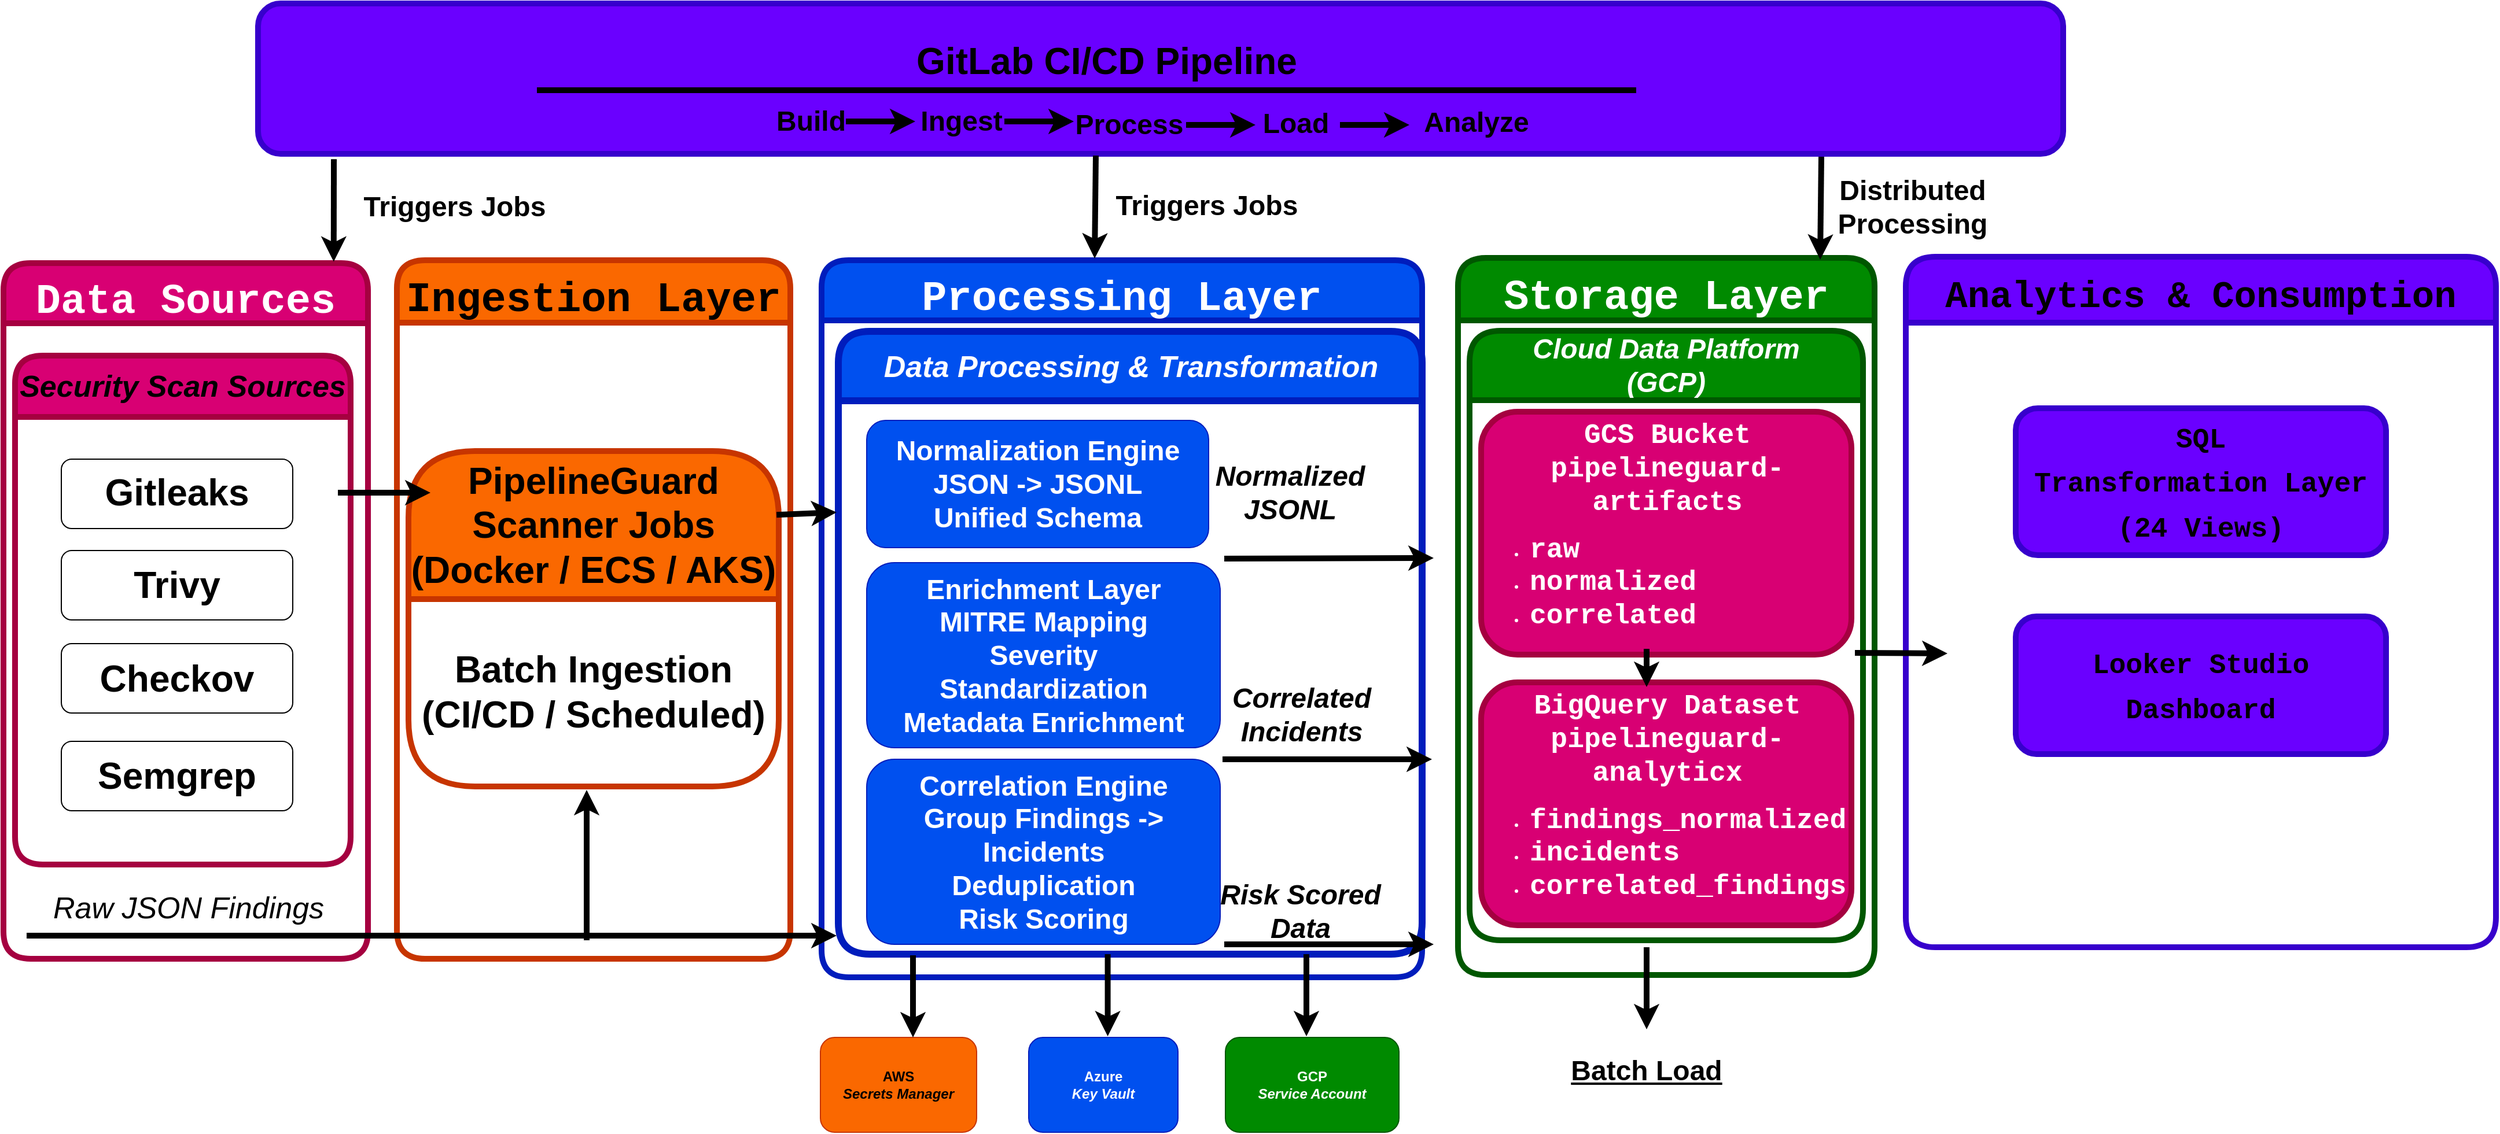
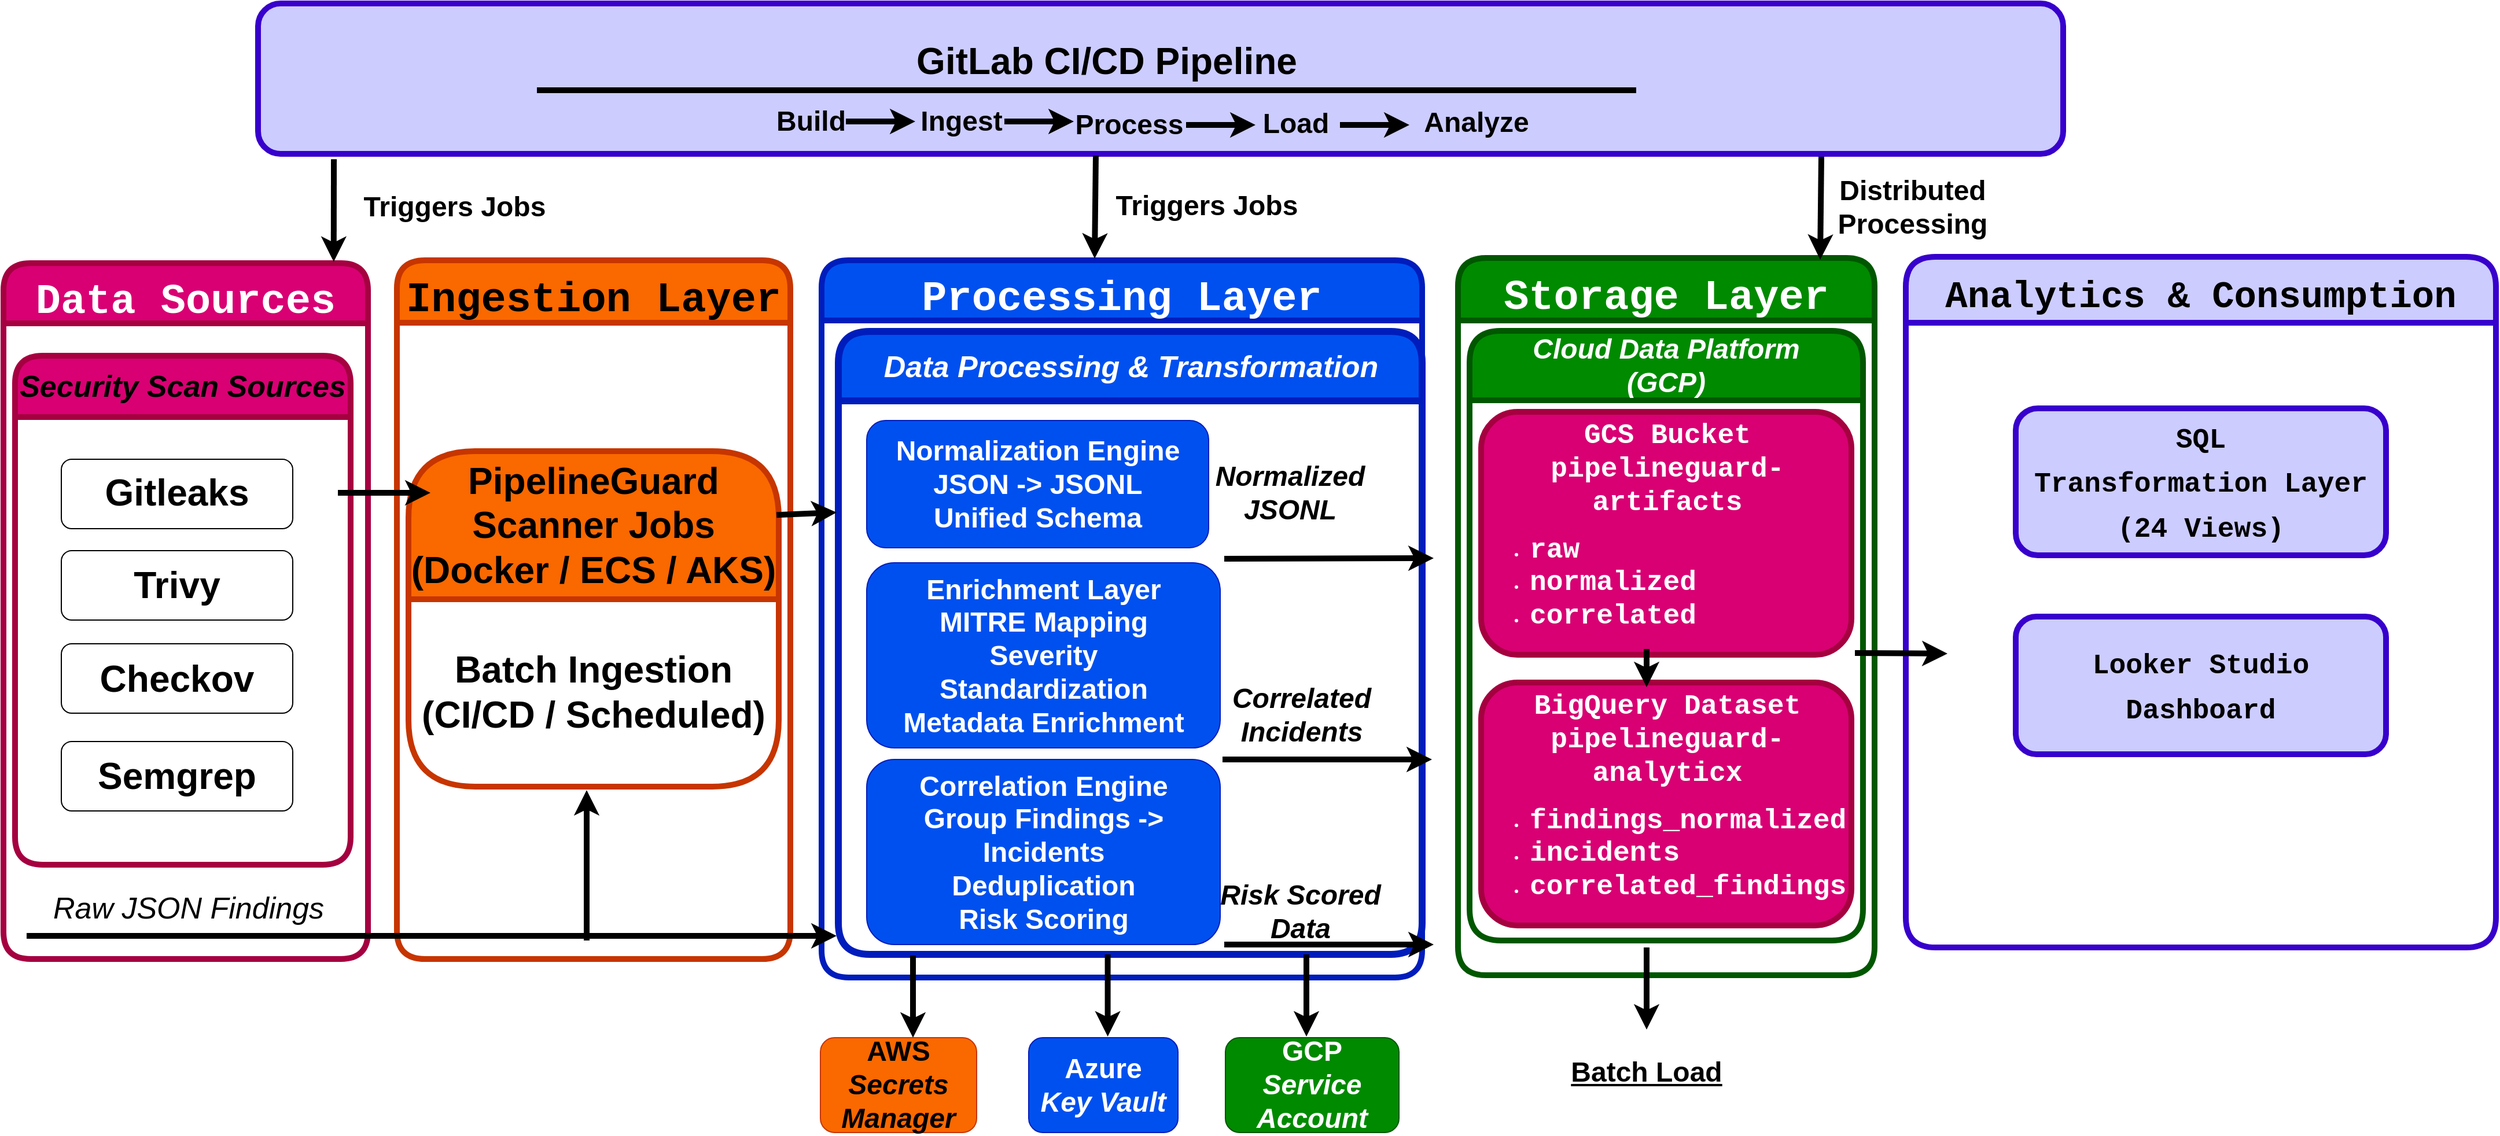
<mxfile host="app.diagrams.net">
  <diagram name="Page-1" id="wnvbU-IIBA4X3ERRIzDW">
-     <mxGraphModel dx="2969" dy="976" grid="0" gridSize="10" guides="1" tooltips="1" connect="1" arrows="1" fold="1" page="0" pageScale="1" pageWidth="1100" pageHeight="850" background="none" math="0" shadow="0">
+     <mxGraphModel dx="2712" dy="798" grid="0" gridSize="10" guides="1" tooltips="1" connect="1" arrows="1" fold="1" page="0" pageScale="1" pageWidth="1100" pageHeight="850" background="none" math="0" shadow="0">
      <root>
        <mxCell id="3hbKWXpWb3xlno1mbGmc-0" />
        <mxCell id="3hbKWXpWb3xlno1mbGmc-1" parent="3hbKWXpWb3xlno1mbGmc-0" />
-         <mxCell id="ZwPo4dMBsSLs8uQqx6gn-26" parent="3hbKWXpWb3xlno1mbGmc-1" style="rounded=1;whiteSpace=wrap;html=1;fillColor=light-dark(#6A00FF,#9933FF);fontColor=default;strokeColor=#3700CC;align=center;verticalAlign=middle;fontFamily=Courier New;fontSize=32;fontStyle=1;strokeWidth=5;" value="" vertex="1">
+         <mxCell id="ZwPo4dMBsSLs8uQqx6gn-26" parent="3hbKWXpWb3xlno1mbGmc-1" style="rounded=1;whiteSpace=wrap;html=1;fillColor=light-dark(#CCCCFF,#9933FF);fontColor=default;strokeColor=#3700CC;align=center;verticalAlign=middle;fontFamily=Courier New;fontSize=32;fontStyle=1;strokeWidth=5;" value="" vertex="1">
          <mxGeometry height="130" width="1560" x="-30" y="1169" as="geometry" />
        </mxCell>
        <mxCell id="MmhoqoZHI4b3_u_L-0jk-2" parent="3hbKWXpWb3xlno1mbGmc-1" style="swimlane;fontSize=36;startSize=52;fontFamily=Courier New;fillColor=light-dark(#D80073,#FF6666);fontColor=light-dark(#FFFFFF,#FFFFFF);strokeColor=light-dark(#A50040, #bf4040);gradientColor=none;strokeWidth=5;rounded=1;strokeOpacity=100;glass=0;swimlaneLine=1;swimlaneFillColor=light-dark(#FFFFFF,#FFDBF7);" value="Data Sources" vertex="1">
          <mxGeometry height="601.5" width="315" x="-250" y="1393.5" as="geometry" />
        </mxCell>
        <mxCell id="ZwPo4dMBsSLs8uQqx6gn-16" parent="MmhoqoZHI4b3_u_L-0jk-2" style="swimlane;whiteSpace=wrap;html=1;startSize=53;fillColor=light-dark(#D80073,#FF6666);fontColor=#ffffff;strokeColor=light-dark(#A50040, #bf4040);strokeWidth=5;rounded=1;" value="&lt;b&gt;&lt;i style=&quot;color: light-dark(rgb(0, 0, 0), rgb(255, 255, 255));&quot;&gt;&lt;font style=&quot;font-size: 26px;&quot;&gt;Security Scan Sources&lt;/font&gt;&lt;/i&gt;&lt;/b&gt;" vertex="1">
          <mxGeometry height="440" width="290" x="10" y="80" as="geometry" />
        </mxCell>
        <mxCell id="MmhoqoZHI4b3_u_L-0jk-24" parent="ZwPo4dMBsSLs8uQqx6gn-16" style="rounded=1;whiteSpace=wrap;html=1;fillColor=light-dark(#FFFFFF,#FF6666);fontStyle=1" value="&lt;div style=&quot;line-height: 60%;&quot;&gt;&lt;font style=&quot;line-height: 60%; font-size: 32px;&quot;&gt;Gitleaks&lt;/font&gt;&lt;/div&gt;" vertex="1">
          <mxGeometry height="60" width="200" x="40" y="89.5" as="geometry" />
        </mxCell>
        <mxCell id="MmhoqoZHI4b3_u_L-0jk-25" parent="ZwPo4dMBsSLs8uQqx6gn-16" style="rounded=1;whiteSpace=wrap;html=1;fontStyle=1;fillColor=light-dark(#FFFFFF,#FF6666);" value="&lt;font style=&quot;font-size: 32px;&quot;&gt;Trivy&lt;/font&gt;" vertex="1">
          <mxGeometry height="60" width="200" x="40" y="168.5" as="geometry" />
        </mxCell>
        <mxCell id="MmhoqoZHI4b3_u_L-0jk-26" parent="ZwPo4dMBsSLs8uQqx6gn-16" style="rounded=1;whiteSpace=wrap;html=1;fontStyle=1;fillColor=light-dark(#FFFFFF,#FF6666);" value="&lt;font style=&quot;font-size: 32px;&quot;&gt;Checkov&lt;/font&gt;" vertex="1">
          <mxGeometry height="60" width="200" x="40" y="249" as="geometry" />
        </mxCell>
        <mxCell id="MmhoqoZHI4b3_u_L-0jk-27" parent="ZwPo4dMBsSLs8uQqx6gn-16" style="rounded=1;whiteSpace=wrap;html=1;fillColor=light-dark(#FFFFFF,#FF6666);fontStyle=1" value="&lt;font style=&quot;font-size: 32px;&quot;&gt;Semgrep&lt;/font&gt;" vertex="1">
          <mxGeometry height="60" width="200" x="40" y="333.5" as="geometry" />
        </mxCell>
        <mxCell id="ZwPo4dMBsSLs8uQqx6gn-22" parent="MmhoqoZHI4b3_u_L-0jk-2" style="text;html=1;whiteSpace=wrap;strokeColor=none;fillColor=none;align=center;verticalAlign=middle;rounded=0;fontColor=light-dark(#000000,#000000);" value="&lt;i&gt;&lt;font style=&quot;font-size: 26px;&quot;&gt;Raw JSON Findings&lt;/font&gt;&lt;/i&gt;" vertex="1">
          <mxGeometry height="30" width="260" x="30" y="542.5" as="geometry" />
        </mxCell>
        <mxCell id="MmhoqoZHI4b3_u_L-0jk-8" parent="3hbKWXpWb3xlno1mbGmc-1" style="text;strokeColor=none;fillColor=none;html=1;fontSize=32;fontStyle=1;verticalAlign=middle;align=center;" value="GitLab CI/CD Pipeline" vertex="1">
          <mxGeometry height="40" width="30" x="688" y="1199" as="geometry" />
        </mxCell>
        <mxCell id="MmhoqoZHI4b3_u_L-0jk-9" parent="3hbKWXpWb3xlno1mbGmc-1" style="line;strokeWidth=5;html=1;" value="" vertex="1">
          <mxGeometry height="10" width="950" x="211" y="1239" as="geometry" />
        </mxCell>
        <mxCell id="MmhoqoZHI4b3_u_L-0jk-12" parent="3hbKWXpWb3xlno1mbGmc-1" style="swimlane;fontSize=36;startSize=54;fontFamily=Courier New;fillColor=#fa6800;fontColor=#000000;strokeColor=#C73500;rounded=1;strokeWidth=5;swimlaneFillColor=light-dark(#FFFFFF,#FFEECC);" value="Ingestion Layer" vertex="1">
          <mxGeometry height="604" width="340" x="90" y="1391" as="geometry" />
        </mxCell>
        <mxCell id="ZwPo4dMBsSLs8uQqx6gn-23" parent="MmhoqoZHI4b3_u_L-0jk-12" style="swimlane;whiteSpace=wrap;html=1;startSize=128;fillColor=#fa6800;fontColor=#000000;strokeColor=#C73500;rounded=1;strokeWidth=5;" value="&lt;font style=&quot;font-size: 32px;&quot;&gt;PipelineGuard Scanner Jobs&lt;br&gt;(Docker / ECS / AKS)&lt;/font&gt;" vertex="1">
          <mxGeometry height="290" width="320" x="10" y="165" as="geometry" />
        </mxCell>
        <mxCell id="ZwPo4dMBsSLs8uQqx6gn-24" parent="ZwPo4dMBsSLs8uQqx6gn-23" style="text;html=1;whiteSpace=wrap;strokeColor=none;fillColor=none;align=center;verticalAlign=middle;rounded=0;fontColor=light-dark(#000000,#000000);fontStyle=1" value="&lt;div&gt;&lt;font style=&quot;font-size: 32px;&quot;&gt;Batch Ingestion&lt;/font&gt;&lt;/div&gt;&lt;div&gt;&lt;font style=&quot;font-size: 32px;&quot;&gt;(CI/CD / Scheduled)&lt;/font&gt;&lt;/div&gt;" vertex="1">
          <mxGeometry height="126" width="300" x="10" y="145" as="geometry" />
        </mxCell>
        <mxCell id="MmhoqoZHI4b3_u_L-0jk-15" parent="3hbKWXpWb3xlno1mbGmc-1" style="swimlane;fontSize=36;startSize=52;fontFamily=Courier New;fillColor=#0050ef;fontColor=#ffffff;strokeColor=#001DBC;rounded=1;absoluteArcSize=0;noLabel=0;strokeWidth=5;swimlaneFillColor=light-dark(#FFFFFF,#D1F9FF);" value="Processing Layer" vertex="1">
          <mxGeometry height="620" width="519" x="457" y="1391" as="geometry" />
        </mxCell>
        <mxCell id="MmhoqoZHI4b3_u_L-0jk-16" parent="MmhoqoZHI4b3_u_L-0jk-15" style="swimlane;whiteSpace=wrap;html=1;startSize=60;fillColor=#0050ef;fontColor=#ffffff;strokeColor=#001DBC;rounded=1;strokeWidth=6;swimlaneFillColor=light-dark(#FFFFFF,#D1F9FF);" value="&lt;font style=&quot;font-size: 26px;&quot;&gt;&lt;i&gt;Data Processing &amp;amp; Transformation&lt;/i&gt;&lt;/font&gt;" vertex="1">
          <mxGeometry height="538.5" width="504.5" x="14.5" y="61.5" as="geometry" />
        </mxCell>
        <mxCell id="MmhoqoZHI4b3_u_L-0jk-54" parent="MmhoqoZHI4b3_u_L-0jk-16" style="rounded=1;whiteSpace=wrap;html=1;fillColor=#0050ef;fontColor=#ffffff;strokeColor=#001DBC;fontStyle=1" value="&lt;div&gt;&lt;font style=&quot;font-size: 24px;&quot;&gt;Normalization Engine&lt;/font&gt;&lt;/div&gt;&lt;div&gt;&lt;font style=&quot;font-size: 24px;&quot;&gt;JSON -&amp;gt; JSONL&lt;/font&gt;&lt;/div&gt;&lt;div&gt;&lt;font style=&quot;font-size: 24px;&quot;&gt;Unified Schema&lt;/font&gt;&lt;/div&gt;" vertex="1">
          <mxGeometry height="110" width="295.5" x="24.5" y="77" as="geometry" />
        </mxCell>
        <mxCell id="MmhoqoZHI4b3_u_L-0jk-55" parent="MmhoqoZHI4b3_u_L-0jk-16" style="rounded=1;whiteSpace=wrap;html=1;fillColor=#0050ef;fontColor=#ffffff;strokeColor=#001DBC;fontStyle=1" value="&lt;div&gt;&lt;font style=&quot;font-size: 24px;&quot;&gt;Enrichment Layer&lt;/font&gt;&lt;/div&gt;&lt;div&gt;&lt;font style=&quot;font-size: 24px;&quot;&gt;MITRE Mapping&lt;/font&gt;&lt;/div&gt;&lt;div&gt;&lt;font style=&quot;font-size: 24px;&quot;&gt;Severity&lt;/font&gt;&lt;/div&gt;&lt;div&gt;&lt;font style=&quot;font-size: 24px;&quot;&gt;Standardization&lt;/font&gt;&lt;/div&gt;&lt;div&gt;&lt;font style=&quot;font-size: 24px;&quot;&gt;Metadata Enrichment&lt;/font&gt;&lt;/div&gt;" vertex="1">
          <mxGeometry height="160" width="305.5" x="24.5" y="200" as="geometry" />
        </mxCell>
        <mxCell id="MmhoqoZHI4b3_u_L-0jk-56" parent="MmhoqoZHI4b3_u_L-0jk-16" style="rounded=1;whiteSpace=wrap;html=1;fillColor=#0050ef;fontColor=#ffffff;strokeColor=#001DBC;fontStyle=1" value="&lt;div&gt;&lt;font style=&quot;font-size: 24px;&quot;&gt;Correlation Engine&lt;/font&gt;&lt;/div&gt;&lt;div&gt;&lt;font style=&quot;font-size: 24px;&quot;&gt;Group Findings -&amp;gt; Incidents&lt;/font&gt;&lt;/div&gt;&lt;div&gt;&lt;font style=&quot;font-size: 24px;&quot;&gt;Deduplication&lt;/font&gt;&lt;/div&gt;&lt;div&gt;&lt;font style=&quot;font-size: 24px;&quot;&gt;Risk Scoring&lt;/font&gt;&lt;/div&gt;" vertex="1">
          <mxGeometry height="160" width="305.5" x="24.5" y="370" as="geometry" />
        </mxCell>
        <mxCell id="MmhoqoZHI4b3_u_L-0jk-57" parent="MmhoqoZHI4b3_u_L-0jk-16" style="text;html=1;whiteSpace=wrap;strokeColor=none;fillColor=none;align=center;verticalAlign=middle;rounded=0;fontColor=light-dark(#000000,#000000);fontStyle=1" value="&lt;font style=&quot;font-size: 24px;&quot;&gt;&lt;i&gt;&lt;font&gt;Normalized JSONL&lt;/font&gt;&lt;/i&gt;&lt;/font&gt;" vertex="1">
          <mxGeometry height="58" width="160" x="310" y="110" as="geometry" />
        </mxCell>
        <mxCell id="MmhoqoZHI4b3_u_L-0jk-58" parent="MmhoqoZHI4b3_u_L-0jk-16" style="text;html=1;whiteSpace=wrap;strokeColor=none;fillColor=none;align=center;verticalAlign=middle;rounded=0;fontColor=light-dark(#000000,#000000);fontStyle=1" value="&lt;div&gt;&lt;font style=&quot;font-size: 24px;&quot;&gt;&lt;i&gt;Correlated&lt;/i&gt;&lt;/font&gt;&lt;/div&gt;&lt;div&gt;&lt;font style=&quot;font-size: 24px;&quot;&gt;&lt;i&gt;Incidents&lt;/i&gt;&lt;/font&gt;&lt;/div&gt;" vertex="1">
          <mxGeometry height="58" width="160" x="320" y="302" as="geometry" />
        </mxCell>
        <mxCell id="MmhoqoZHI4b3_u_L-0jk-59" parent="MmhoqoZHI4b3_u_L-0jk-16" style="text;html=1;whiteSpace=wrap;strokeColor=none;fillColor=none;align=center;verticalAlign=middle;rounded=0;fontColor=light-dark(#000000,#000000);fontStyle=1" value="&lt;div&gt;&lt;i&gt;&lt;font style=&quot;font-size: 24px;&quot;&gt;Risk Scored&lt;/font&gt;&lt;/i&gt;&lt;/div&gt;&lt;div&gt;&lt;i&gt;&lt;font style=&quot;font-size: 24px;&quot;&gt;Data&lt;/font&gt;&lt;/i&gt;&lt;/div&gt;" vertex="1">
          <mxGeometry height="58" width="160" x="319.5" y="472" as="geometry" />
        </mxCell>
        <mxCell id="MmhoqoZHI4b3_u_L-0jk-61" edge="1" parent="MmhoqoZHI4b3_u_L-0jk-16" style="endArrow=classic;html=1;rounded=0;entryX=0;entryY=0.5;entryDx=0;entryDy=0;strokeWidth=5;strokeColor=light-dark(#000000,#000000);align=center;verticalAlign=middle;fontFamily=Helvetica;fontSize=11;fontColor=default;labelBackgroundColor=default;" value="">
          <mxGeometry height="50" relative="1" width="50" as="geometry">
            <mxPoint x="332" y="370" as="sourcePoint" />
            <mxPoint x="513" y="370" as="targetPoint" />
          </mxGeometry>
        </mxCell>
        <mxCell id="MmhoqoZHI4b3_u_L-0jk-62" edge="1" parent="MmhoqoZHI4b3_u_L-0jk-16" style="endArrow=classic;html=1;rounded=0;entryX=0;entryY=0.5;entryDx=0;entryDy=0;strokeWidth=5;strokeColor=light-dark(#000000,#000000);align=center;verticalAlign=middle;fontFamily=Helvetica;fontSize=11;fontColor=default;labelBackgroundColor=default;" value="">
          <mxGeometry height="50" relative="1" width="50" as="geometry">
            <mxPoint x="333.5" y="530" as="sourcePoint" />
            <mxPoint x="514.5" y="530" as="targetPoint" />
          </mxGeometry>
        </mxCell>
        <mxCell id="MmhoqoZHI4b3_u_L-0jk-69" edge="1" parent="MmhoqoZHI4b3_u_L-0jk-15" style="endArrow=classic;html=1;rounded=0;strokeColor=light-dark(#000000,#000000);strokeWidth=5;align=center;verticalAlign=middle;fontFamily=Helvetica;fontSize=11;fontColor=default;labelBackgroundColor=default;" value="">
          <mxGeometry height="50" relative="1" width="50" as="geometry">
            <mxPoint x="247.28999999999996" y="600" as="sourcePoint" />
            <mxPoint x="247.28999999999996" y="671" as="targetPoint" />
          </mxGeometry>
        </mxCell>
        <mxCell id="MmhoqoZHI4b3_u_L-0jk-18" parent="3hbKWXpWb3xlno1mbGmc-1" style="swimlane;fontSize=36;startSize=54;fontFamily=Courier New;align=center;fillColor=#008a00;strokeColor=#005700;fontColor=light-dark(#FFFFFF,#FFFFFF);rounded=1;strokeWidth=5;swimlaneFillColor=light-dark(#FFFFFF,#C9FFCC);" value="Storage Layer" vertex="1">
          <mxGeometry height="620" width="360" x="1007" y="1389" as="geometry" />
        </mxCell>
        <mxCell id="MmhoqoZHI4b3_u_L-0jk-19" parent="MmhoqoZHI4b3_u_L-0jk-18" style="swimlane;whiteSpace=wrap;html=1;startSize=60;fillColor=#008a00;fontColor=light-dark(#FFFFFF,#FFFFFF);strokeColor=#005700;rounded=1;strokeWidth=5;" value="&lt;div&gt;&lt;font style=&quot;font-size: 24px;&quot;&gt;&lt;i&gt;&lt;font&gt;Cloud Data Platform&lt;/font&gt;&lt;/i&gt;&lt;/font&gt;&lt;/div&gt;&lt;div&gt;&lt;font style=&quot;font-size: 24px;&quot;&gt;&lt;i&gt;&lt;font&gt;(GCP)&lt;/font&gt;&lt;/i&gt;&lt;/font&gt;&lt;/div&gt;" vertex="1">
          <mxGeometry height="527" width="340" x="10" y="63" as="geometry" />
        </mxCell>
        <mxCell id="MmhoqoZHI4b3_u_L-0jk-73" parent="MmhoqoZHI4b3_u_L-0jk-19" style="rounded=1;whiteSpace=wrap;html=1;glass=0;strokeColor=light-dark(#A50040,#66FF66);strokeWidth=5;align=left;verticalAlign=middle;fontFamily=Courier New;fontSize=12;fontColor=light-dark(#FFFFFF, #000000);fontStyle=1;fillColor=light-dark(#D80073,#97D077);gradientColor=none;" value="&lt;div align=&quot;center&quot;&gt;&lt;font style=&quot;font-size: 24px;&quot;&gt;GCS Bucket&lt;/font&gt;&lt;/div&gt;&lt;div align=&quot;center&quot;&gt;&lt;font style=&quot;font-size: 24px;&quot;&gt;pipelineguard-a&lt;/font&gt;&lt;font style=&quot;font-size: 24px;&quot;&gt;rtifacts&lt;/font&gt;&lt;/div&gt;&lt;div&gt;&lt;ul&gt;&lt;li&gt;&lt;font style=&quot;font-size: 24px;&quot;&gt;raw&lt;/font&gt;&lt;/li&gt;&lt;li&gt;&lt;font style=&quot;font-size: 24px;&quot;&gt;normalized&lt;/font&gt;&lt;/li&gt;&lt;li&gt;&lt;font style=&quot;font-size: 24px;&quot;&gt;correlated&lt;/font&gt;&lt;/li&gt;&lt;/ul&gt;&lt;/div&gt;" vertex="1">
          <mxGeometry height="210" width="320" x="10" y="70" as="geometry" />
        </mxCell>
        <mxCell id="MmhoqoZHI4b3_u_L-0jk-74" parent="MmhoqoZHI4b3_u_L-0jk-19" style="rounded=1;whiteSpace=wrap;html=1;glass=0;strokeColor=light-dark(#A50040,#66FF66);strokeWidth=5;align=left;verticalAlign=middle;fontFamily=Courier New;fontSize=12;fontColor=light-dark(#FFFFFF, #000000);fontStyle=1;fillColor=light-dark(#D80073,#97D077);gradientColor=none;" value="&lt;div align=&quot;center&quot;&gt;&lt;font style=&quot;font-size: 24px;&quot;&gt;BigQuery Dataset&lt;/font&gt;&lt;/div&gt;&lt;div align=&quot;center&quot;&gt;&lt;font style=&quot;font-size: 24px;&quot;&gt;pipelineguard-analyticx&lt;/font&gt;&lt;/div&gt;&lt;div&gt;&lt;ul&gt;&lt;li&gt;&lt;font style=&quot;font-size: 24px;&quot;&gt;findings_normalized&lt;/font&gt;&lt;/li&gt;&lt;li&gt;&lt;font style=&quot;font-size: 24px;&quot;&gt;incidents&lt;/font&gt;&lt;/li&gt;&lt;li&gt;&lt;font style=&quot;font-size: 24px;&quot;&gt;correlated_findings&lt;/font&gt;&lt;/li&gt;&lt;/ul&gt;&lt;/div&gt;" vertex="1">
          <mxGeometry height="210" width="320" x="10" y="304" as="geometry" />
        </mxCell>
        <mxCell id="dgWkQe_JnihtNfNwHRCE-1" edge="1" parent="MmhoqoZHI4b3_u_L-0jk-19" style="endArrow=classic;html=1;rounded=0;strokeColor=light-dark(#000000,#000000);strokeWidth=5;align=center;verticalAlign=middle;fontFamily=Helvetica;fontSize=11;fontColor=default;labelBackgroundColor=default;" value="">
          <mxGeometry height="50" relative="1" width="50" as="geometry">
            <mxPoint x="153" y="275" as="sourcePoint" />
            <mxPoint x="153" y="308" as="targetPoint" />
          </mxGeometry>
        </mxCell>
-         <mxCell id="MmhoqoZHI4b3_u_L-0jk-21" parent="3hbKWXpWb3xlno1mbGmc-1" style="swimlane;fontSize=32;startSize=57;fontFamily=Courier New;fillColor=light-dark(#6A00FF,#9933FF);fontColor=default;strokeColor=light-dark(#3700CC,#9933FF);rounded=1;strokeWidth=5;swimlaneFillColor=light-dark(#FFFFFF,#E5CCFF);" value="Analytics &amp; Consumption" vertex="1">
+         <mxCell id="MmhoqoZHI4b3_u_L-0jk-21" parent="3hbKWXpWb3xlno1mbGmc-1" style="swimlane;fontSize=32;startSize=57;fontFamily=Courier New;fillColor=light-dark(#CCCCFF,#9933FF);fontColor=default;strokeColor=light-dark(#3700CC,#9933FF);rounded=1;strokeWidth=5;swimlaneFillColor=light-dark(#FFFFFF,#E5CCFF);" value="Analytics &amp; Consumption" vertex="1">
          <mxGeometry height="597" width="510" x="1394" y="1388" as="geometry" />
        </mxCell>
-         <mxCell id="MmhoqoZHI4b3_u_L-0jk-76" parent="MmhoqoZHI4b3_u_L-0jk-21" style="rounded=1;whiteSpace=wrap;html=1;glass=0;strokeColor=#3700CC;strokeWidth=5;align=center;verticalAlign=middle;fontFamily=Courier New;fontSize=32;fontColor=default;fontStyle=1;fillColor=light-dark(#6A00FF,#9933FF);swimlaneFillColor=light-dark(#000000,#E5CCFF);" value="&lt;div align=&quot;center&quot;&gt;&lt;font style=&quot;font-size: 24px;&quot;&gt;SQL&lt;/font&gt;&lt;/div&gt;&lt;div align=&quot;center&quot;&gt;&lt;font style=&quot;font-size: 24px;&quot;&gt;Transformation Layer (24 Views)&lt;/font&gt;&lt;/div&gt;" vertex="1">
+         <mxCell id="MmhoqoZHI4b3_u_L-0jk-76" parent="MmhoqoZHI4b3_u_L-0jk-21" style="rounded=1;whiteSpace=wrap;html=1;glass=0;strokeColor=#3700CC;strokeWidth=5;align=center;verticalAlign=middle;fontFamily=Courier New;fontSize=32;fontColor=default;fontStyle=1;fillColor=light-dark(#CCCCFF,#9933FF);swimlaneFillColor=light-dark(#000000,#E5CCFF);" value="&lt;div align=&quot;center&quot;&gt;&lt;font style=&quot;font-size: 24px;&quot;&gt;SQL&lt;/font&gt;&lt;/div&gt;&lt;div align=&quot;center&quot;&gt;&lt;font style=&quot;font-size: 24px;&quot;&gt;Transformation Layer (24 Views)&lt;/font&gt;&lt;/div&gt;" vertex="1">
          <mxGeometry height="127" width="320" x="95" y="131" as="geometry" />
        </mxCell>
-         <mxCell id="MmhoqoZHI4b3_u_L-0jk-77" parent="MmhoqoZHI4b3_u_L-0jk-21" style="rounded=1;whiteSpace=wrap;html=1;glass=0;strokeColor=#3700CC;strokeWidth=5;align=center;verticalAlign=middle;fontFamily=Courier New;fontSize=32;fontColor=default;fontStyle=1;fillColor=light-dark(#6A00FF,#9933FF);swimlaneFillColor=light-dark(#000000,#E5CCFF);" value="&lt;div align=&quot;center&quot;&gt;&lt;font style=&quot;font-size: 24px;&quot;&gt;Looker Studio&lt;/font&gt;&lt;/div&gt;&lt;div align=&quot;center&quot;&gt;&lt;font style=&quot;font-size: 24px;&quot;&gt;Dashboard&lt;/font&gt;&lt;/div&gt;" vertex="1">
+         <mxCell id="MmhoqoZHI4b3_u_L-0jk-77" parent="MmhoqoZHI4b3_u_L-0jk-21" style="rounded=1;whiteSpace=wrap;html=1;glass=0;strokeColor=#3700CC;strokeWidth=5;align=center;verticalAlign=middle;fontFamily=Courier New;fontSize=32;fontColor=default;fontStyle=1;fillColor=light-dark(#CCCCFF,#9933FF);swimlaneFillColor=light-dark(#000000,#E5CCFF);" value="&lt;div align=&quot;center&quot;&gt;&lt;font style=&quot;font-size: 24px;&quot;&gt;Looker Studio&lt;/font&gt;&lt;/div&gt;&lt;div align=&quot;center&quot;&gt;&lt;font style=&quot;font-size: 24px;&quot;&gt;Dashboard&lt;/font&gt;&lt;/div&gt;" vertex="1">
          <mxGeometry height="119" width="320" x="95" y="311" as="geometry" />
        </mxCell>
        <mxCell id="dgWkQe_JnihtNfNwHRCE-2" edge="1" parent="MmhoqoZHI4b3_u_L-0jk-21" style="endArrow=classic;html=1;rounded=0;strokeWidth=5;strokeColor=light-dark(#000000,#000000);align=center;verticalAlign=middle;fontFamily=Helvetica;fontSize=11;fontColor=default;labelBackgroundColor=default;" value="">
          <mxGeometry height="50" relative="1" width="50" as="geometry">
            <mxPoint x="-44" y="342.4999999999998" as="sourcePoint" />
            <mxPoint x="36" y="343" as="targetPoint" />
          </mxGeometry>
        </mxCell>
        <mxCell id="MmhoqoZHI4b3_u_L-0jk-29" edge="1" parent="3hbKWXpWb3xlno1mbGmc-1" style="endArrow=classic;html=1;rounded=0;strokeWidth=5;strokeColor=light-dark(#000000,#000000);" value="">
          <mxGeometry height="50" relative="1" width="50" as="geometry">
            <mxPoint x="-230" y="1975" as="sourcePoint" />
            <mxPoint x="470" y="1975" as="targetPoint" />
          </mxGeometry>
        </mxCell>
        <mxCell id="MmhoqoZHI4b3_u_L-0jk-31" edge="1" parent="3hbKWXpWb3xlno1mbGmc-1" style="endArrow=classic;html=1;rounded=0;strokeColor=light-dark(#000000,#000000);strokeWidth=5;align=center;verticalAlign=middle;fontFamily=Helvetica;fontSize=11;fontColor=default;labelBackgroundColor=default;" value="">
          <mxGeometry height="50" relative="1" width="50" as="geometry">
            <mxPoint x="39" y="1592" as="sourcePoint" />
            <mxPoint x="119" y="1592" as="targetPoint" />
          </mxGeometry>
        </mxCell>
        <mxCell id="MmhoqoZHI4b3_u_L-0jk-41" edge="1" parent="3hbKWXpWb3xlno1mbGmc-1" source="MmhoqoZHI4b3_u_L-0jk-32" style="edgeStyle=orthogonalEdgeStyle;rounded=0;orthogonalLoop=1;jettySize=auto;html=1;strokeWidth=5;" value="">
          <mxGeometry relative="1" as="geometry">
            <mxPoint x="538" y="1271" as="targetPoint" />
          </mxGeometry>
        </mxCell>
        <mxCell id="MmhoqoZHI4b3_u_L-0jk-32" parent="3hbKWXpWb3xlno1mbGmc-1" style="text;html=1;whiteSpace=wrap;strokeColor=none;fillColor=none;align=center;verticalAlign=middle;rounded=0;fontStyle=1;fontSize=24;" value="&lt;font&gt;Build&lt;/font&gt;" vertex="1">
          <mxGeometry height="30" width="60" x="418" y="1256" as="geometry" />
        </mxCell>
        <mxCell id="MmhoqoZHI4b3_u_L-0jk-33" parent="3hbKWXpWb3xlno1mbGmc-1" style="text;html=1;whiteSpace=wrap;strokeColor=none;fillColor=none;align=center;verticalAlign=middle;rounded=0;fontFamily=Helvetica;fontSize=24;fontColor=default;fontStyle=1;" value="&lt;font style=&quot;font-size: 24px;&quot;&gt;Ingest&lt;/font&gt;" vertex="1">
          <mxGeometry height="30" width="60" x="548" y="1256" as="geometry" />
        </mxCell>
        <mxCell id="MmhoqoZHI4b3_u_L-0jk-34" parent="3hbKWXpWb3xlno1mbGmc-1" style="text;html=1;whiteSpace=wrap;strokeColor=none;fillColor=none;align=center;verticalAlign=middle;rounded=0;fontFamily=Helvetica;fontSize=24;fontColor=default;fontStyle=1;" value="&lt;font style=&quot;font-size: 24px;&quot;&gt;Process&lt;/font&gt;" vertex="1">
          <mxGeometry height="30" width="60" x="693" y="1259" as="geometry" />
        </mxCell>
        <mxCell id="MmhoqoZHI4b3_u_L-0jk-35" parent="3hbKWXpWb3xlno1mbGmc-1" style="text;html=1;whiteSpace=wrap;strokeColor=none;fillColor=none;align=center;verticalAlign=middle;rounded=0;fontFamily=Helvetica;fontSize=24;fontColor=default;fontStyle=1;" value="&lt;font style=&quot;font-size: 24px;&quot;&gt;Load&lt;/font&gt;" vertex="1">
          <mxGeometry height="30" width="60" x="837" y="1258" as="geometry" />
        </mxCell>
        <mxCell id="MmhoqoZHI4b3_u_L-0jk-36" parent="3hbKWXpWb3xlno1mbGmc-1" style="text;html=1;whiteSpace=wrap;strokeColor=none;fillColor=none;align=center;verticalAlign=middle;rounded=0;fontFamily=Helvetica;fontSize=24;fontColor=default;fontStyle=1;" value="&lt;font style=&quot;font-size: 24px;&quot;&gt;Analyze&lt;/font&gt;" vertex="1">
          <mxGeometry height="30" width="60" x="993" y="1257" as="geometry" />
        </mxCell>
        <mxCell id="MmhoqoZHI4b3_u_L-0jk-44" edge="1" parent="3hbKWXpWb3xlno1mbGmc-1" source="ZwPo4dMBsSLs8uQqx6gn-26" style="endArrow=classic;html=1;rounded=0;entryX=0.906;entryY=-0.002;entryDx=0;entryDy=0;entryPerimeter=0;exitX=0.042;exitY=1.036;exitDx=0;exitDy=0;exitPerimeter=0;strokeWidth=5;strokeColor=light-dark(#000000,#000000);align=center;verticalAlign=middle;fontFamily=Helvetica;fontSize=11;fontColor=default;labelBackgroundColor=default;" target="MmhoqoZHI4b3_u_L-0jk-2" value="">
          <mxGeometry height="50" relative="1" width="50" as="geometry">
            <mxPoint x="-300" y="1269" as="sourcePoint" />
            <mxPoint x="500" y="1759" as="targetPoint" />
          </mxGeometry>
        </mxCell>
        <mxCell id="MmhoqoZHI4b3_u_L-0jk-46" parent="3hbKWXpWb3xlno1mbGmc-1" style="text;html=1;whiteSpace=wrap;strokeColor=none;fillColor=none;align=center;verticalAlign=middle;rounded=0;fontSize=24;fontStyle=1;fontColor=light-dark(#000000,#000000);" value="&lt;font&gt;Triggers Jobs&lt;/font&gt;" vertex="1">
          <mxGeometry height="30" width="160" x="60" y="1330" as="geometry" />
        </mxCell>
        <mxCell id="MmhoqoZHI4b3_u_L-0jk-50" edge="1" parent="3hbKWXpWb3xlno1mbGmc-1" style="edgeStyle=orthogonalEdgeStyle;rounded=0;orthogonalLoop=1;jettySize=auto;html=1;strokeColor=default;strokeWidth=5;align=center;verticalAlign=middle;fontFamily=Helvetica;fontSize=11;fontColor=default;labelBackgroundColor=default;endArrow=classic;" value="">
          <mxGeometry relative="1" as="geometry">
            <mxPoint x="615" y="1271" as="sourcePoint" />
            <mxPoint x="675" y="1271" as="targetPoint" />
          </mxGeometry>
        </mxCell>
        <mxCell id="MmhoqoZHI4b3_u_L-0jk-51" edge="1" parent="3hbKWXpWb3xlno1mbGmc-1" style="edgeStyle=orthogonalEdgeStyle;rounded=0;orthogonalLoop=1;jettySize=auto;html=1;strokeColor=default;strokeWidth=5;align=center;verticalAlign=middle;fontFamily=Helvetica;fontSize=11;fontColor=default;labelBackgroundColor=default;endArrow=classic;" value="">
          <mxGeometry relative="1" as="geometry">
            <mxPoint x="772" y="1274" as="sourcePoint" />
            <mxPoint x="832" y="1274" as="targetPoint" />
          </mxGeometry>
        </mxCell>
        <mxCell id="MmhoqoZHI4b3_u_L-0jk-52" edge="1" parent="3hbKWXpWb3xlno1mbGmc-1" style="edgeStyle=orthogonalEdgeStyle;rounded=0;orthogonalLoop=1;jettySize=auto;html=1;strokeColor=default;strokeWidth=5;align=center;verticalAlign=middle;fontFamily=Helvetica;fontSize=11;fontColor=default;labelBackgroundColor=default;endArrow=classic;" value="">
          <mxGeometry relative="1" as="geometry">
            <mxPoint x="905" y="1274" as="sourcePoint" />
            <mxPoint x="965" y="1274" as="targetPoint" />
          </mxGeometry>
        </mxCell>
        <mxCell id="MmhoqoZHI4b3_u_L-0jk-60" edge="1" parent="3hbKWXpWb3xlno1mbGmc-1" style="endArrow=classic;html=1;rounded=0;entryX=0;entryY=0.5;entryDx=0;entryDy=0;strokeWidth=5;strokeColor=light-dark(#000000,#000000);align=center;verticalAlign=middle;fontFamily=Helvetica;fontSize=11;fontColor=default;labelBackgroundColor=default;" value="">
          <mxGeometry height="50" relative="1" width="50" as="geometry">
            <mxPoint x="805" y="1649" as="sourcePoint" />
            <mxPoint x="986.0000000000005" y="1648.5000000000002" as="targetPoint" />
          </mxGeometry>
        </mxCell>
        <mxCell id="MmhoqoZHI4b3_u_L-0jk-65" edge="1" parent="3hbKWXpWb3xlno1mbGmc-1" style="endArrow=classic;html=1;rounded=0;strokeColor=light-dark(#000000,#000000);strokeWidth=5;align=center;verticalAlign=middle;fontFamily=Helvetica;fontSize=11;fontColor=default;labelBackgroundColor=default;" value="">
          <mxGeometry height="50" relative="1" width="50" as="geometry">
            <mxPoint x="876" y="1991" as="sourcePoint" />
            <mxPoint x="876" y="2062" as="targetPoint" />
          </mxGeometry>
        </mxCell>
-         <mxCell id="MmhoqoZHI4b3_u_L-0jk-66" parent="3hbKWXpWb3xlno1mbGmc-1" style="rounded=1;whiteSpace=wrap;html=1;fillColor=#fa6800;fontColor=#000000;strokeColor=#C73500;fontStyle=1" value="&lt;div&gt;AWS&lt;/div&gt;&lt;div&gt;&lt;i&gt;Secrets Manager&lt;/i&gt;&lt;/div&gt;" vertex="1">
+         <mxCell id="MmhoqoZHI4b3_u_L-0jk-66" parent="3hbKWXpWb3xlno1mbGmc-1" style="rounded=1;whiteSpace=wrap;html=1;fillColor=#fa6800;fontColor=#000000;strokeColor=#C73500;fontStyle=1;fontSize=24;" value="&lt;div&gt;AWS&lt;/div&gt;&lt;div&gt;&lt;i&gt;Secrets Manager&lt;/i&gt;&lt;/div&gt;" vertex="1">
          <mxGeometry height="82" width="135" x="456" y="2063" as="geometry" />
        </mxCell>
-         <mxCell id="MmhoqoZHI4b3_u_L-0jk-67" parent="3hbKWXpWb3xlno1mbGmc-1" style="rounded=1;whiteSpace=wrap;html=1;fillColor=#0050ef;fontColor=#ffffff;strokeColor=#001DBC;fontStyle=1" value="&lt;div&gt;Azure&lt;/div&gt;&lt;div&gt;&lt;i&gt;Key Vault&lt;/i&gt;&lt;/div&gt;" vertex="1">
+         <mxCell id="MmhoqoZHI4b3_u_L-0jk-67" parent="3hbKWXpWb3xlno1mbGmc-1" style="rounded=1;whiteSpace=wrap;html=1;fillColor=#0050ef;fontColor=#ffffff;strokeColor=#001DBC;fontStyle=1;fontSize=24;" value="&lt;div&gt;Azure&lt;/div&gt;&lt;div&gt;&lt;i&gt;Key Vault&lt;/i&gt;&lt;/div&gt;" vertex="1">
          <mxGeometry height="82" width="129" x="636" y="2063" as="geometry" />
        </mxCell>
-         <mxCell id="MmhoqoZHI4b3_u_L-0jk-68" parent="3hbKWXpWb3xlno1mbGmc-1" style="rounded=1;whiteSpace=wrap;html=1;fillColor=#008a00;fontColor=#ffffff;strokeColor=#005700;fontStyle=1" value="&lt;div&gt;GCP&lt;/div&gt;&lt;div&gt;&lt;i&gt;Service Account&lt;/i&gt;&lt;/div&gt;" vertex="1">
+         <mxCell id="MmhoqoZHI4b3_u_L-0jk-68" parent="3hbKWXpWb3xlno1mbGmc-1" style="rounded=1;whiteSpace=wrap;html=1;fillColor=#008a00;fontColor=#ffffff;strokeColor=#005700;fontStyle=1;fontSize=24;" value="&lt;div&gt;GCP&lt;/div&gt;&lt;div&gt;&lt;i&gt;Service Account&lt;/i&gt;&lt;/div&gt;" vertex="1">
          <mxGeometry height="82" width="150" x="806" y="2063" as="geometry" />
        </mxCell>
        <mxCell id="MmhoqoZHI4b3_u_L-0jk-70" edge="1" parent="3hbKWXpWb3xlno1mbGmc-1" style="endArrow=classic;html=1;rounded=0;strokeColor=light-dark(#000000,#000000);strokeWidth=5;align=center;verticalAlign=middle;fontFamily=Helvetica;fontSize=11;fontColor=default;labelBackgroundColor=default;" value="">
          <mxGeometry height="50" relative="1" width="50" as="geometry">
            <mxPoint x="536" y="1992" as="sourcePoint" />
            <mxPoint x="536" y="2063" as="targetPoint" />
          </mxGeometry>
        </mxCell>
        <mxCell id="MmhoqoZHI4b3_u_L-0jk-80" edge="1" parent="3hbKWXpWb3xlno1mbGmc-1" style="endArrow=classic;html=1;rounded=0;entryX=0.906;entryY=-0.002;entryDx=0;entryDy=0;entryPerimeter=0;exitX=0.042;exitY=1.036;exitDx=0;exitDy=0;exitPerimeter=0;strokeWidth=5;strokeColor=light-dark(#000000,#000000);align=center;verticalAlign=middle;fontFamily=Helvetica;fontSize=11;fontColor=default;labelBackgroundColor=default;" value="">
          <mxGeometry height="50" relative="1" width="50" as="geometry">
            <mxPoint x="694" y="1300.5" as="sourcePoint" />
            <mxPoint x="693" y="1389.5" as="targetPoint" />
          </mxGeometry>
        </mxCell>
        <mxCell id="MmhoqoZHI4b3_u_L-0jk-82" parent="3hbKWXpWb3xlno1mbGmc-1" style="text;html=1;whiteSpace=wrap;strokeColor=none;fillColor=none;align=center;verticalAlign=middle;rounded=0;fontSize=24;fontStyle=1;fontColor=light-dark(#000000,#000000);" value="&lt;div&gt;Distributed&lt;/div&gt;&lt;div&gt;Processing&lt;/div&gt;" vertex="1">
          <mxGeometry height="30" width="160" x="1320" y="1330" as="geometry" />
        </mxCell>
        <mxCell id="MmhoqoZHI4b3_u_L-0jk-83" parent="3hbKWXpWb3xlno1mbGmc-1" style="text;html=1;whiteSpace=wrap;strokeColor=none;fillColor=none;align=center;verticalAlign=middle;rounded=0;fontSize=24;fontStyle=1;fontColor=light-dark(#000000,#000000);" value="&lt;font&gt;Triggers Jobs&lt;/font&gt;" vertex="1">
          <mxGeometry height="30" width="160" x="710" y="1329" as="geometry" />
        </mxCell>
        <mxCell id="MmhoqoZHI4b3_u_L-0jk-88" edge="1" parent="3hbKWXpWb3xlno1mbGmc-1" style="endArrow=classic;html=1;rounded=0;fontFamily=Helvetica;fontSize=11;fontColor=default;fontStyle=1;strokeWidth=5;strokeColor=light-dark(#000000,#000000);align=center;verticalAlign=middle;labelBackgroundColor=default;" value="">
          <mxGeometry height="50" relative="1" width="50" as="geometry">
            <mxPoint x="254" y="1979" as="sourcePoint" />
            <mxPoint x="254" y="1849" as="targetPoint" />
          </mxGeometry>
        </mxCell>
        <mxCell id="MmhoqoZHI4b3_u_L-0jk-89" edge="1" parent="3hbKWXpWb3xlno1mbGmc-1" source="ZwPo4dMBsSLs8uQqx6gn-23" style="endArrow=classic;html=1;rounded=0;strokeColor=light-dark(#000000,#000000);strokeWidth=5;align=center;verticalAlign=middle;fontFamily=Helvetica;fontSize=11;fontColor=default;labelBackgroundColor=default;startSize=0;exitX=0.994;exitY=0.19;exitDx=0;exitDy=0;exitPerimeter=0;" value="">
          <mxGeometry height="50" relative="1" width="50" as="geometry">
            <mxPoint x="420" y="1589" as="sourcePoint" />
            <mxPoint x="470" y="1609" as="targetPoint" />
          </mxGeometry>
        </mxCell>
        <mxCell id="MmhoqoZHI4b3_u_L-0jk-92" edge="1" parent="3hbKWXpWb3xlno1mbGmc-1" style="endArrow=classic;html=1;rounded=0;entryX=0.906;entryY=-0.002;entryDx=0;entryDy=0;entryPerimeter=0;exitX=0.042;exitY=1.036;exitDx=0;exitDy=0;exitPerimeter=0;strokeWidth=5;strokeColor=light-dark(#000000,#000000);align=center;verticalAlign=middle;fontFamily=Helvetica;fontSize=11;fontColor=default;labelBackgroundColor=default;" value="">
          <mxGeometry height="50" relative="1" width="50" as="geometry">
            <mxPoint x="1321" y="1301.5" as="sourcePoint" />
            <mxPoint x="1320" y="1390.5" as="targetPoint" />
          </mxGeometry>
        </mxCell>
        <mxCell id="dgWkQe_JnihtNfNwHRCE-0" edge="1" parent="3hbKWXpWb3xlno1mbGmc-1" style="endArrow=classic;html=1;rounded=0;strokeColor=light-dark(#000000,#000000);strokeWidth=5;align=center;verticalAlign=middle;fontFamily=Helvetica;fontSize=11;fontColor=default;labelBackgroundColor=default;" value="">
          <mxGeometry height="50" relative="1" width="50" as="geometry">
            <mxPoint x="1170" y="1985" as="sourcePoint" />
            <mxPoint x="1170" y="2056" as="targetPoint" />
          </mxGeometry>
        </mxCell>
        <mxCell id="dgWkQe_JnihtNfNwHRCE-6" parent="3hbKWXpWb3xlno1mbGmc-1" style="text;html=1;whiteSpace=wrap;strokeColor=none;fillColor=none;align=center;verticalAlign=middle;rounded=0;fontSize=24;fontStyle=5;fontColor=light-dark(#000000,#000000);" value="&lt;span&gt;Batch Load&lt;/span&gt;" vertex="1">
-           <mxGeometry height="57" width="160" x="1090" y="2063" as="geometry" />
+           <mxGeometry height="59" width="160" x="1090" y="2063" as="geometry" />
        </mxCell>
      </root>
    </mxGraphModel>
  </diagram>
</mxfile>
